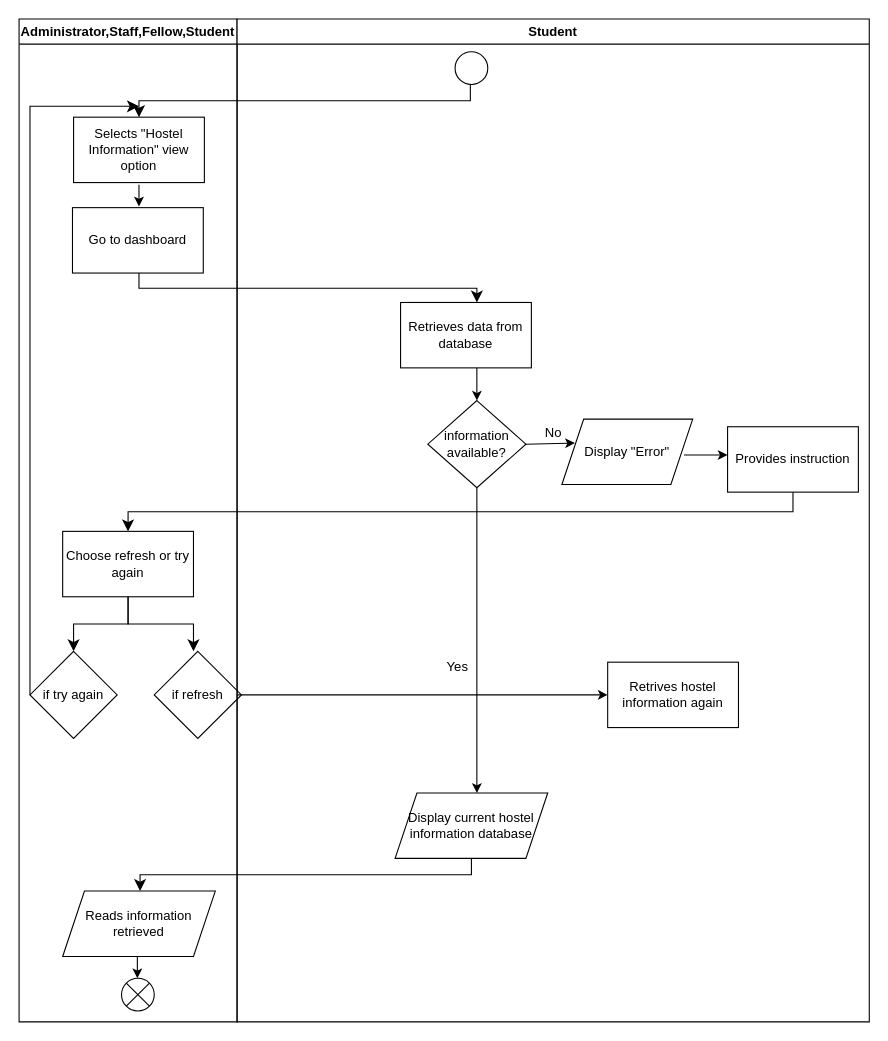
Above: project/drawio/stakeholder/activity diagram/uc05.drawio in drshahizan/software-engineering (draw.io), before the change. Source tidied: cells renumbered, new cells numbered last; positions are measured from the earlier drawing's top-left corner, leaving out a move shared by most shapes. Both pictures are drawn from the tidied source at 109%, with x=0, y=0 at pixel (-25, 19).
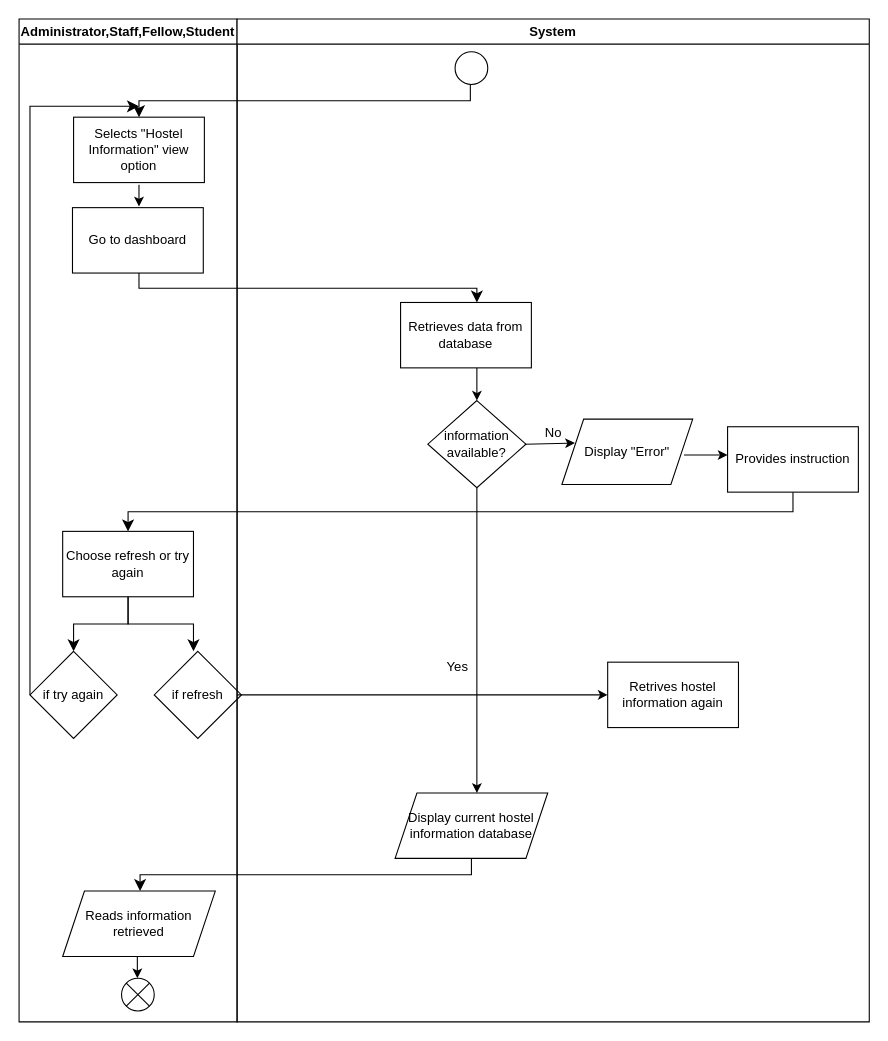
The same diagram, later.

Change to the diagram source:
```diff
@@
-    <mxCell id="33" value="Student" style="swimlane;whiteSpace=wrap;html=1;" parent="1" vertex="1">
+    <mxCell id="33" value="System" style="swimlane;whiteSpace=wrap;html=1;" parent="1" vertex="1">
       <mxGeometry x="240" width="580" height="920" as="geometry" />
     </mxCell>
```
